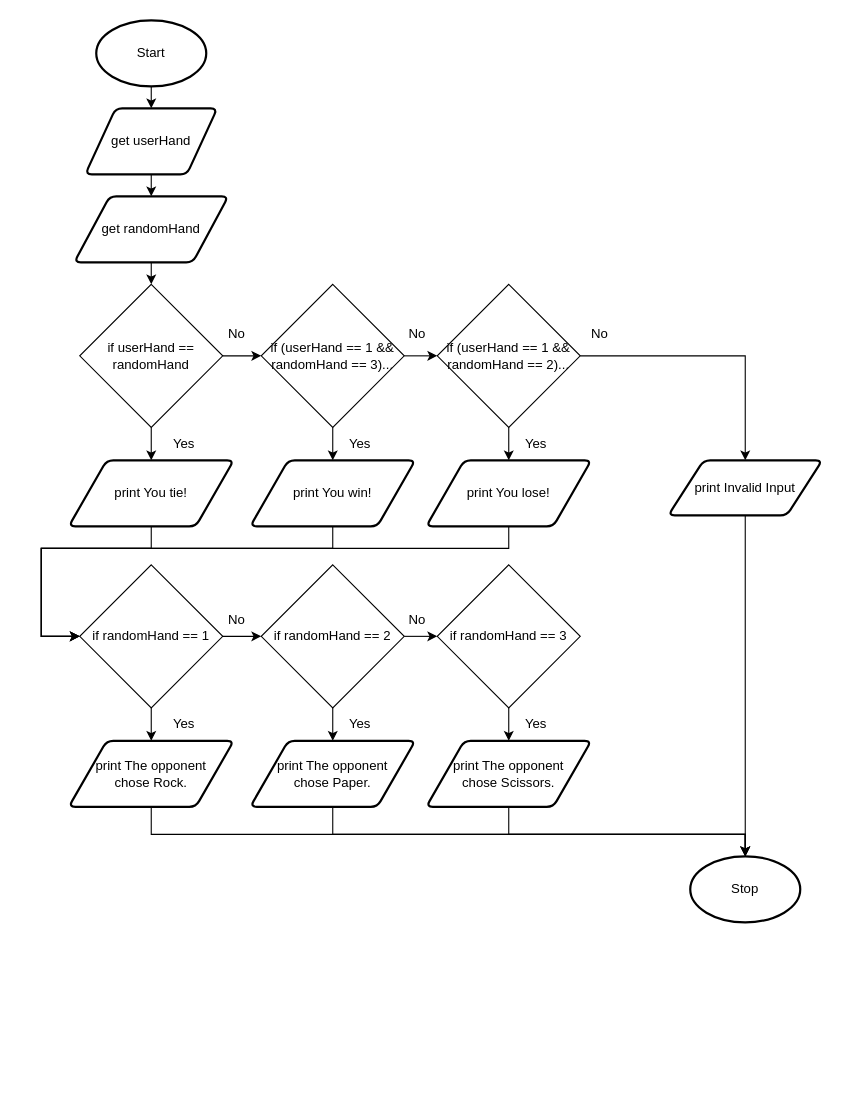
devin-jhu/isc4u-assignment1-typescript keeps this draw.io diagram as flow.drawio. Above is the earlier version. Source tidied: cells renumbered, new cells numbered last; positions are measured from the earlier drawing's top-left corner, leaving out a move shared by most shapes. Both pictures are drawn from the tidied source at 110%, with x=0, y=0 at pixel (41, 20).
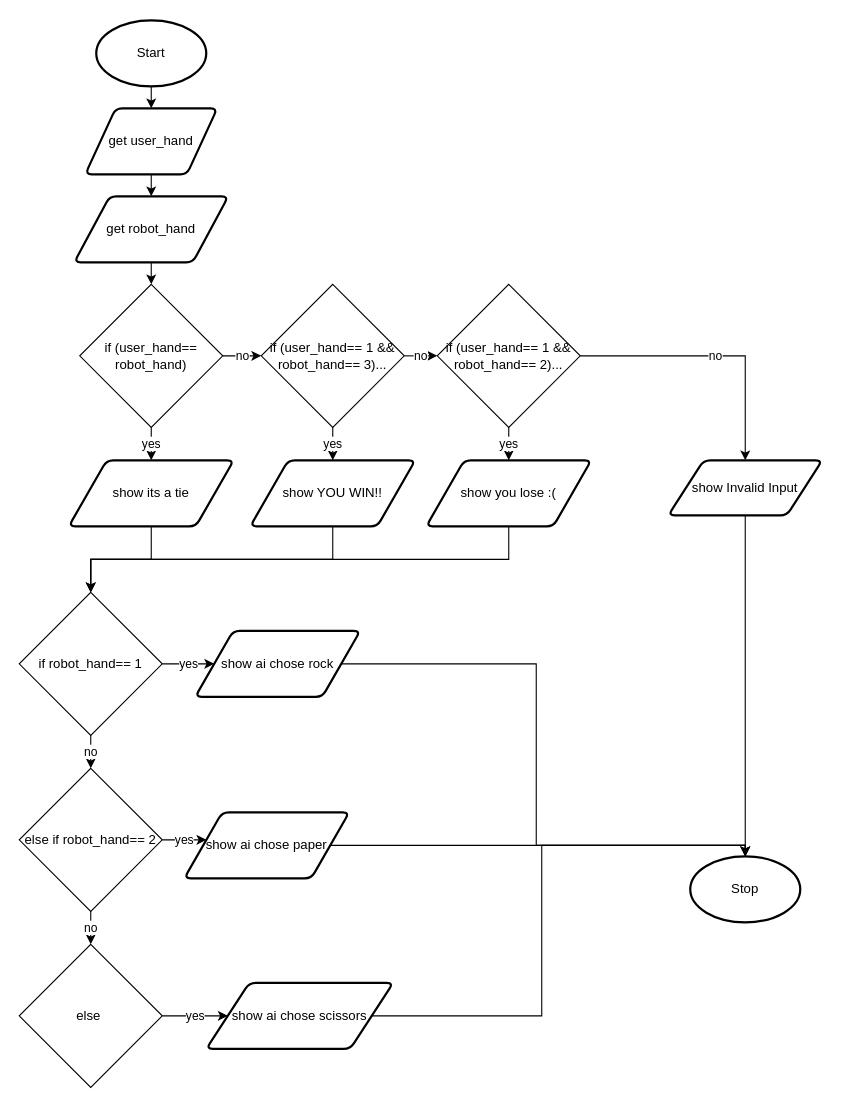
After the change.

The change refers to these unchanged cells:
```xml
<mxCell id="6" value="Stop" style="strokeWidth=2;html=1;shape=mxgraph.flowchart.start_1;whiteSpace=wrap;" parent="1" vertex="1">
  <mxGeometry x="590" y="760" width="100" height="60" as="geometry" />
</mxCell>
```

Change to the diagram source:
```diff
@@
-    <mxCell id="5" value="get userHand" style="shape=parallelogram;html=1;strokeWidth=2;perimeter=parallelogramPerimeter;whiteSpace=wrap;rounded=1;arcSize=12;size=0.23;" parent="1" vertex="1">
+    <mxCell id="5" value="get user_hand" style="shape=parallelogram;html=1;strokeWidth=2;perimeter=parallelogramPerimeter;whiteSpace=wrap;rounded=1;arcSize=12;size=0.23;" parent="1" vertex="1">
       <mxGeometry x="40" y="80" width="120" height="60" as="geometry" />
     </mxCell>
@@
-    <mxCell id="7" value="No" style="text;html=1;strokeColor=none;fillColor=none;align=center;verticalAlign=middle;whiteSpace=wrap;rounded=0;" parent="1" vertex="1">
-      <mxGeometry x="160" y="270" width="36" height="30" as="geometry" />
-    </mxCell>
@@
-    <mxCell id="9" value="get randomHand" style="shape=parallelogram;html=1;strokeWidth=2;perimeter=parallelogramPerimeter;whiteSpace=wrap;rounded=1;arcSize=12;size=0.23;" parent="1" vertex="1">
+    <mxCell id="9" value="get robot_hand" style="shape=parallelogram;html=1;strokeWidth=2;perimeter=parallelogramPerimeter;whiteSpace=wrap;rounded=1;arcSize=12;size=0.23;" parent="1" vertex="1">
       <mxGeometry x="30" y="160" width="140" height="60" as="geometry" />
     </mxCell>
-    <mxCell id="10" style="edgeStyle=none;html=1;exitX=1;exitY=0.5;exitDx=0;exitDy=0;entryX=0;entryY=0.5;entryDx=0;entryDy=0;" parent="1" edge="1" source="12" target="15">
+    <mxCell id="10" value="no" style="edgeStyle=none;html=1;exitX=1;exitY=0.5;exitDx=0;exitDy=0;entryX=0;entryY=0.5;entryDx=0;entryDy=0;" parent="1" edge="1" source="12" target="15">
       <mxGeometry relative="1" as="geometry" />
     </mxCell>
-    <mxCell id="11" style="edgeStyle=none;html=1;exitX=0.5;exitY=1;exitDx=0;exitDy=0;entryX=0.5;entryY=0;entryDx=0;entryDy=0;" parent="1" edge="1" source="12" target="17">
+    <mxCell id="11" value="yes" style="edgeStyle=none;html=1;exitX=0.5;exitY=1;exitDx=0;exitDy=0;entryX=0.5;entryY=0;entryDx=0;entryDy=0;" parent="1" edge="1" source="12" target="17">
       <mxGeometry relative="1" as="geometry" />
     </mxCell>
-    <mxCell id="12" value="if userHand == randomHand" style="rhombus;whiteSpace=wrap;html=1;" parent="1" vertex="1">
+    <mxCell id="12" value="if (user_hand== robot_hand)" style="rhombus;whiteSpace=wrap;html=1;" parent="1" vertex="1">
       <mxGeometry x="35" y="240" width="130" height="130" as="geometry" />
     </mxCell>
-    <mxCell id="13" style="edgeStyle=none;html=1;exitX=1;exitY=0.5;exitDx=0;exitDy=0;entryX=0;entryY=0.5;entryDx=0;entryDy=0;" parent="1" edge="1" source="15" target="25">
+    <mxCell id="13" value="no" style="edgeStyle=none;html=1;exitX=1;exitY=0.5;exitDx=0;exitDy=0;entryX=0;entryY=0.5;entryDx=0;entryDy=0;" parent="1" edge="1" source="15" target="25">
       <mxGeometry relative="1" as="geometry" />
     </mxCell>
-    <mxCell id="14" style="edgeStyle=none;html=1;exitX=0.5;exitY=1;exitDx=0;exitDy=0;entryX=0.5;entryY=0;entryDx=0;entryDy=0;" parent="1" edge="1" source="15" target="29">
+    <mxCell id="14" value="yes" style="edgeStyle=none;html=1;exitX=0.5;exitY=1;exitDx=0;exitDy=0;entryX=0.5;entryY=0;entryDx=0;entryDy=0;" parent="1" edge="1" source="15" target="29">
       <mxGeometry relative="1" as="geometry" />
     </mxCell>
-    <mxCell id="15" value="if (userHand == 1 &amp;amp;&amp;amp; randomHand == 3)..." style="rhombus;whiteSpace=wrap;html=1;" parent="1" vertex="1">
+    <mxCell id="15" value="if (user_hand== 1 &amp;amp;&amp;amp; robot_hand== 3)..." style="rhombus;whiteSpace=wrap;html=1;" parent="1" vertex="1">
       <mxGeometry x="200" y="240" width="130" height="130" as="geometry" />
     </mxCell>
-    <mxCell id="16" style="edgeStyle=none;rounded=0;html=1;exitX=0.5;exitY=1;exitDx=0;exitDy=0;entryX=0;entryY=0.5;entryDx=0;entryDy=0;" parent="1" edge="1" source="17" target="22">
-      <mxGeometry relative="1" as="geometry">
-        <Array as="points">
-          <mxPoint x="100" y="480" />
-          <mxPoint y="480" />
-          <mxPoint y="560" />
-        </Array>
-      </mxGeometry>
-    </mxCell>
+    <mxCell id="41" style="edgeStyle=orthogonalEdgeStyle;shape=connector;rounded=0;html=1;exitX=0.5;exitY=1;exitDx=0;exitDy=0;entryX=0.5;entryY=0;entryDx=0;entryDy=0;labelBackgroundColor=default;fontFamily=Helvetica;fontSize=11;fontColor=default;endArrow=classic;strokeColor=default;" parent="1" edge="1" source="17" target="22">
+      <mxGeometry relative="1" as="geometry" />
+    </mxCell>
-    <mxCell id="17" value="print You tie!" style="shape=parallelogram;html=1;strokeWidth=2;perimeter=parallelogramPerimeter;whiteSpace=wrap;rounded=1;arcSize=12;size=0.23;" parent="1" vertex="1">
+    <mxCell id="17" value="show its a tie" style="shape=parallelogram;html=1;strokeWidth=2;perimeter=parallelogramPerimeter;whiteSpace=wrap;rounded=1;arcSize=12;size=0.23;" parent="1" vertex="1">
       <mxGeometry x="25" y="400" width="150" height="60" as="geometry" />
     </mxCell>
-    <mxCell id="18" value="Yes" style="text;html=1;strokeColor=none;fillColor=none;align=center;verticalAlign=middle;whiteSpace=wrap;rounded=0;" parent="1" vertex="1">
-      <mxGeometry x="110" y="370" width="40" height="30" as="geometry" />
-    </mxCell>
@@
-    <mxCell id="20" value="print Invalid Input" style="shape=parallelogram;html=1;strokeWidth=2;perimeter=parallelogramPerimeter;whiteSpace=wrap;rounded=1;arcSize=12;size=0.23;" parent="1" vertex="1">
+    <mxCell id="20" value="show Invalid Input" style="shape=parallelogram;html=1;strokeWidth=2;perimeter=parallelogramPerimeter;whiteSpace=wrap;rounded=1;arcSize=12;size=0.23;" parent="1" vertex="1">
       <mxGeometry x="570" y="400" width="140" height="50" as="geometry" />
     </mxCell>
-    <mxCell id="21" style="edgeStyle=none;rounded=0;html=1;exitX=1;exitY=0.5;exitDx=0;exitDy=0;entryX=0;entryY=0.5;entryDx=0;entryDy=0;" parent="1" edge="1" source="22" target="35">
+    <mxCell id="21" value="no" style="edgeStyle=orthogonalEdgeStyle;shape=connector;rounded=0;html=1;exitX=0.5;exitY=1;exitDx=0;exitDy=0;entryX=0.5;entryY=0;entryDx=0;entryDy=0;labelBackgroundColor=default;fontFamily=Helvetica;fontSize=11;fontColor=default;endArrow=classic;strokeColor=default;" parent="1" edge="1" source="22" target="35">
       <mxGeometry relative="1" as="geometry" />
     </mxCell>
+    <mxCell id="51" value="yes" style="edgeStyle=orthogonalEdgeStyle;shape=connector;rounded=0;html=1;exitX=1;exitY=0.5;exitDx=0;exitDy=0;labelBackgroundColor=default;fontFamily=Helvetica;fontSize=11;fontColor=default;endArrow=classic;strokeColor=default;" parent="1" edge="1" source="22" target="42">
+      <mxGeometry relative="1" as="geometry" />
+    </mxCell>
-    <mxCell id="22" value="if randomHand == 1" style="rhombus;whiteSpace=wrap;html=1;" parent="1" vertex="1">
-      <mxGeometry x="35" y="495" width="130" height="130" as="geometry" />
+    <mxCell id="22" value="if robot_hand== 1" style="rhombus;whiteSpace=wrap;html=1;" parent="1" vertex="1">
+      <mxGeometry x="-20" y="520" width="130" height="130" as="geometry" />
     </mxCell>
-    <mxCell id="23" style="edgeStyle=none;html=1;exitX=0.5;exitY=1;exitDx=0;exitDy=0;entryX=0.5;entryY=0;entryDx=0;entryDy=0;" parent="1" edge="1" source="25" target="31">
+    <mxCell id="23" value="yes" style="edgeStyle=none;html=1;exitX=0.5;exitY=1;exitDx=0;exitDy=0;entryX=0.5;entryY=0;entryDx=0;entryDy=0;" parent="1" edge="1" source="25" target="31">
       <mxGeometry relative="1" as="geometry" />
     </mxCell>
-    <mxCell id="24" style="edgeStyle=none;html=1;exitX=1;exitY=0.5;exitDx=0;exitDy=0;entryX=0.5;entryY=0;entryDx=0;entryDy=0;rounded=0;" parent="1" edge="1" source="25" target="20">
+    <mxCell id="24" value="no" style="edgeStyle=none;html=1;exitX=1;exitY=0.5;exitDx=0;exitDy=0;entryX=0.5;entryY=0;entryDx=0;entryDy=0;rounded=0;" parent="1" edge="1" source="25" target="20">
       <mxGeometry relative="1" as="geometry">
         <Array as="points">
           <mxPoint x="640" y="305" />
         </Array>
       </mxGeometry>
     </mxCell>
-    <mxCell id="25" value="if (userHand == 1 &amp;amp;&amp;amp; randomHand == 2)..." style="rhombus;whiteSpace=wrap;html=1;" parent="1" vertex="1">
+    <mxCell id="25" value="if (user_hand== 1 &amp;amp;&amp;amp; robot_hand== 2)..." style="rhombus;whiteSpace=wrap;html=1;" parent="1" vertex="1">
       <mxGeometry x="360" y="240" width="130" height="130" as="geometry" />
     </mxCell>
-    <mxCell id="26" value="No" style="text;html=1;strokeColor=none;fillColor=none;align=center;verticalAlign=middle;whiteSpace=wrap;rounded=0;" parent="1" vertex="1">
-      <mxGeometry x="324" y="270" width="36" height="30" as="geometry" />
-    </mxCell>
-    <mxCell id="27" value="Yes" style="text;html=1;strokeColor=none;fillColor=none;align=center;verticalAlign=middle;whiteSpace=wrap;rounded=0;" parent="1" vertex="1">
-      <mxGeometry x="270" y="370" width="40" height="30" as="geometry" />
-    </mxCell>
-    <mxCell id="28" style="edgeStyle=none;rounded=0;html=1;exitX=0.5;exitY=1;exitDx=0;exitDy=0;entryX=0;entryY=0.5;entryDx=0;entryDy=0;" parent="1" edge="1" source="29" target="22">
-      <mxGeometry relative="1" as="geometry">
-        <Array as="points">
-          <mxPoint x="265" y="480" />
-          <mxPoint y="480" />
-          <mxPoint y="560" />
-        </Array>
-      </mxGeometry>
+    <mxCell id="28" style="edgeStyle=orthogonalEdgeStyle;shape=connector;rounded=0;html=1;exitX=0.5;exitY=1;exitDx=0;exitDy=0;entryX=0.5;entryY=0;entryDx=0;entryDy=0;labelBackgroundColor=default;fontFamily=Helvetica;fontSize=11;fontColor=default;endArrow=classic;strokeColor=default;" parent="1" edge="1" source="29" target="22">
+      <mxGeometry relative="1" as="geometry" />
     </mxCell>
-    <mxCell id="29" value="print You win!" style="shape=parallelogram;html=1;strokeWidth=2;perimeter=parallelogramPerimeter;whiteSpace=wrap;rounded=1;arcSize=12;size=0.23;" parent="1" vertex="1">
+    <mxCell id="29" value="show YOU WIN!!" style="shape=parallelogram;html=1;strokeWidth=2;perimeter=parallelogramPerimeter;whiteSpace=wrap;rounded=1;arcSize=12;size=0.23;" parent="1" vertex="1">
       <mxGeometry x="190" y="400" width="150" height="60" as="geometry" />
     </mxCell>
-    <mxCell id="30" style="edgeStyle=none;rounded=0;html=1;exitX=0.5;exitY=1;exitDx=0;exitDy=0;entryX=0;entryY=0.5;entryDx=0;entryDy=0;" parent="1" edge="1" source="31" target="22">
-      <mxGeometry relative="1" as="geometry">
-        <Array as="points">
-          <mxPoint x="425" y="480" />
-          <mxPoint y="480" />
-          <mxPoint y="560" />
-        </Array>
-      </mxGeometry>
+    <mxCell id="30" style="edgeStyle=orthogonalEdgeStyle;shape=connector;rounded=0;html=1;exitX=0.5;exitY=1;exitDx=0;exitDy=0;labelBackgroundColor=default;fontFamily=Helvetica;fontSize=11;fontColor=default;endArrow=classic;strokeColor=default;" parent="1" edge="1" source="31" target="22">
+      <mxGeometry relative="1" as="geometry" />
     </mxCell>
-    <mxCell id="31" value="print You lose!" style="shape=parallelogram;html=1;strokeWidth=2;perimeter=parallelogramPerimeter;whiteSpace=wrap;rounded=1;arcSize=12;size=0.23;" parent="1" vertex="1">
+    <mxCell id="31" value="show you lose :(" style="shape=parallelogram;html=1;strokeWidth=2;perimeter=parallelogramPerimeter;whiteSpace=wrap;rounded=1;arcSize=12;size=0.23;" parent="1" vertex="1">
       <mxGeometry x="350" y="400" width="150" height="60" as="geometry" />
     </mxCell>
-    <mxCell id="32" value="Yes" style="text;html=1;strokeColor=none;fillColor=none;align=center;verticalAlign=middle;whiteSpace=wrap;rounded=0;" parent="1" vertex="1">
-      <mxGeometry x="430" y="370" width="40" height="30" as="geometry" />
-    </mxCell>
-    <mxCell id="33" value="No" style="text;html=1;strokeColor=none;fillColor=none;align=center;verticalAlign=middle;whiteSpace=wrap;rounded=0;" parent="1" vertex="1">
-      <mxGeometry x="490" y="270" width="36" height="30" as="geometry" />
-    </mxCell>
-    <mxCell id="34" style="edgeStyle=none;rounded=0;html=1;exitX=1;exitY=0.5;exitDx=0;exitDy=0;entryX=0;entryY=0.5;entryDx=0;entryDy=0;" parent="1" edge="1" source="35" target="37">
+    <mxCell id="34" value="no" style="edgeStyle=orthogonalEdgeStyle;shape=connector;rounded=0;html=1;exitX=0.5;exitY=1;exitDx=0;exitDy=0;entryX=0.5;entryY=0;entryDx=0;entryDy=0;labelBackgroundColor=default;fontFamily=Helvetica;fontSize=11;fontColor=default;endArrow=classic;strokeColor=default;" parent="1" edge="1" source="35" target="37">
       <mxGeometry relative="1" as="geometry" />
     </mxCell>
+    <mxCell id="52" value="yes" style="edgeStyle=orthogonalEdgeStyle;shape=connector;rounded=0;html=1;exitX=1;exitY=0.5;exitDx=0;exitDy=0;labelBackgroundColor=default;fontFamily=Helvetica;fontSize=11;fontColor=default;endArrow=classic;strokeColor=default;" parent="1" edge="1" source="35" target="47">
+      <mxGeometry relative="1" as="geometry">
+        <Array as="points">
+          <mxPoint x="140" y="745" />
+          <mxPoint x="140" y="745" />
+        </Array>
+      </mxGeometry>
+    </mxCell>
-    <mxCell id="35" value="if randomHand == 2" style="rhombus;whiteSpace=wrap;html=1;" parent="1" vertex="1">
-      <mxGeometry x="200" y="495" width="130" height="130" as="geometry" />
+    <mxCell id="35" value="else if robot_hand== 2" style="rhombus;whiteSpace=wrap;html=1;" parent="1" vertex="1">
+      <mxGeometry x="-20" y="680" width="130" height="130" as="geometry" />
     </mxCell>
-    <mxCell id="36" value="No" style="text;html=1;strokeColor=none;fillColor=none;align=center;verticalAlign=middle;whiteSpace=wrap;rounded=0;" parent="1" vertex="1">
-      <mxGeometry x="160" y="530" width="36" height="30" as="geometry" />
-    </mxCell>
+    <mxCell id="53" value="yes" style="edgeStyle=orthogonalEdgeStyle;shape=connector;rounded=0;html=1;exitX=1;exitY=0.5;exitDx=0;exitDy=0;entryX=0;entryY=0.5;entryDx=0;entryDy=0;labelBackgroundColor=default;fontFamily=Helvetica;fontSize=11;fontColor=default;endArrow=classic;strokeColor=default;" parent="1" edge="1" source="37" target="49">
+      <mxGeometry relative="1" as="geometry" />
+    </mxCell>
-    <mxCell id="37" value="if randomHand == 3" style="rhombus;whiteSpace=wrap;html=1;" parent="1" vertex="1">
-      <mxGeometry x="360" y="495" width="130" height="130" as="geometry" />
+    <mxCell id="37" value="else&amp;nbsp;" style="rhombus;whiteSpace=wrap;html=1;" parent="1" vertex="1">
+      <mxGeometry x="-20" y="840" width="130" height="130" as="geometry" />
     </mxCell>
-    <mxCell id="38" value="No" style="text;html=1;strokeColor=none;fillColor=none;align=center;verticalAlign=middle;whiteSpace=wrap;rounded=0;" parent="1" vertex="1">
-      <mxGeometry x="324" y="530" width="36" height="30" as="geometry" />
-    </mxCell>
-    <mxCell id="39" style="edgeStyle=none;html=1;exitX=0.5;exitY=1;exitDx=0;exitDy=0;entryX=0.5;entryY=0;entryDx=0;entryDy=0;" parent="1" edge="1" target="42">
-      <mxGeometry relative="1" as="geometry">
-        <mxPoint x="100" y="625" as="sourcePoint" />
-      </mxGeometry>
-    </mxCell>
-    <mxCell id="40" style="edgeStyle=none;html=1;exitX=0.5;exitY=1;exitDx=0;exitDy=0;entryX=0.5;entryY=0;entryDx=0;entryDy=0;" parent="1" edge="1" target="47">
-      <mxGeometry relative="1" as="geometry">
-        <mxPoint x="265" y="625" as="sourcePoint" />
-      </mxGeometry>
-    </mxCell>
-    <mxCell id="41" style="edgeStyle=none;rounded=0;html=1;exitX=0.5;exitY=1;exitDx=0;exitDy=0;entryX=0.5;entryY=0;entryDx=0;entryDy=0;entryPerimeter=0;" parent="1" edge="1" source="42" target="6">
-      <mxGeometry relative="1" as="geometry">
-        <Array as="points">
-          <mxPoint x="100" y="740" />
-          <mxPoint x="640" y="740" />
-        </Array>
-      </mxGeometry>
-    </mxCell>
+    <mxCell id="54" style="edgeStyle=orthogonalEdgeStyle;shape=connector;rounded=0;html=1;exitX=1;exitY=0.5;exitDx=0;exitDy=0;labelBackgroundColor=default;fontFamily=Helvetica;fontSize=11;fontColor=default;endArrow=classic;strokeColor=default;" parent="1" edge="1" source="42">
+      <mxGeometry relative="1" as="geometry">
+        <mxPoint x="640" y="760" as="targetPoint" />
+        <Array as="points">
+          <mxPoint x="450" y="585" />
+          <mxPoint x="450" y="750" />
+          <mxPoint x="640" y="750" />
+        </Array>
+      </mxGeometry>
+    </mxCell>
-    <mxCell id="42" value="print The opponent &lt;br&gt;chose Rock." style="shape=parallelogram;html=1;strokeWidth=2;perimeter=parallelogramPerimeter;whiteSpace=wrap;rounded=1;arcSize=12;size=0.23;" parent="1" vertex="1">
-      <mxGeometry x="25" y="655" width="150" height="60" as="geometry" />
+    <mxCell id="42" value="show ai chose rock" style="shape=parallelogram;html=1;strokeWidth=2;perimeter=parallelogramPerimeter;whiteSpace=wrap;rounded=1;arcSize=12;size=0.23;" parent="1" vertex="1">
+      <mxGeometry x="140" y="555" width="150" height="60" as="geometry" />
     </mxCell>
-    <mxCell id="43" value="Yes" style="text;html=1;strokeColor=none;fillColor=none;align=center;verticalAlign=middle;whiteSpace=wrap;rounded=0;" parent="1" vertex="1">
-      <mxGeometry x="110" y="625" width="40" height="30" as="geometry" />
-    </mxCell>
-    <mxCell id="44" style="edgeStyle=none;html=1;exitX=0.5;exitY=1;exitDx=0;exitDy=0;entryX=0.5;entryY=0;entryDx=0;entryDy=0;" parent="1" edge="1" target="49">
-      <mxGeometry relative="1" as="geometry">
-        <mxPoint x="425" y="625" as="sourcePoint" />
-      </mxGeometry>
-    </mxCell>
-    <mxCell id="45" value="Yes" style="text;html=1;strokeColor=none;fillColor=none;align=center;verticalAlign=middle;whiteSpace=wrap;rounded=0;" parent="1" vertex="1">
-      <mxGeometry x="270" y="625" width="40" height="30" as="geometry" />
-    </mxCell>
-    <mxCell id="46" style="edgeStyle=none;rounded=0;html=1;exitX=0.5;exitY=1;exitDx=0;exitDy=0;" parent="1" edge="1" source="47">
-      <mxGeometry relative="1" as="geometry">
-        <mxPoint x="640" y="760" as="targetPoint" />
-        <Array as="points">
-          <mxPoint x="265" y="740" />
-          <mxPoint x="640" y="740" />
-        </Array>
-      </mxGeometry>
-    </mxCell>
+    <mxCell id="55" style="edgeStyle=orthogonalEdgeStyle;shape=connector;rounded=0;html=1;exitX=1;exitY=0.5;exitDx=0;exitDy=0;entryX=0.5;entryY=0;entryDx=0;entryDy=0;entryPerimeter=0;labelBackgroundColor=default;fontFamily=Helvetica;fontSize=11;fontColor=default;endArrow=classic;strokeColor=default;" parent="1" edge="1" source="47" target="6">
+      <mxGeometry relative="1" as="geometry" />
+    </mxCell>
-    <mxCell id="47" value="print The opponent &lt;br&gt;chose Paper." style="shape=parallelogram;html=1;strokeWidth=2;perimeter=parallelogramPerimeter;whiteSpace=wrap;rounded=1;arcSize=12;size=0.23;" parent="1" vertex="1">
-      <mxGeometry x="190" y="655" width="150" height="60" as="geometry" />
+    <mxCell id="47" value="show ai chose paper" style="shape=parallelogram;html=1;strokeWidth=2;perimeter=parallelogramPerimeter;whiteSpace=wrap;rounded=1;arcSize=12;size=0.23;" parent="1" vertex="1">
+      <mxGeometry x="130" y="720" width="150" height="60" as="geometry" />
     </mxCell>
-    <mxCell id="48" style="edgeStyle=none;rounded=0;html=1;exitX=0.5;exitY=1;exitDx=0;exitDy=0;entryX=0.5;entryY=0;entryDx=0;entryDy=0;entryPerimeter=0;" parent="1" edge="1" source="49" target="6">
-      <mxGeometry relative="1" as="geometry">
-        <Array as="points">
-          <mxPoint x="425" y="740" />
-          <mxPoint x="640" y="740" />
-        </Array>
-      </mxGeometry>
+    <mxCell id="48" style="edgeStyle=orthogonalEdgeStyle;shape=connector;rounded=0;html=1;exitX=1;exitY=0.5;exitDx=0;exitDy=0;entryX=0.5;entryY=0;entryDx=0;entryDy=0;entryPerimeter=0;labelBackgroundColor=default;fontFamily=Helvetica;fontSize=11;fontColor=default;endArrow=classic;strokeColor=default;" parent="1" edge="1" source="49" target="6">
+      <mxGeometry relative="1" as="geometry" />
     </mxCell>
-    <mxCell id="49" value="print The opponent &lt;br&gt;chose Scissors." style="shape=parallelogram;html=1;strokeWidth=2;perimeter=parallelogramPerimeter;whiteSpace=wrap;rounded=1;arcSize=12;size=0.23;" parent="1" vertex="1">
-      <mxGeometry x="350" y="655" width="150" height="60" as="geometry" />
+    <mxCell id="49" value="show ai chose scissors" style="shape=parallelogram;html=1;strokeWidth=2;perimeter=parallelogramPerimeter;whiteSpace=wrap;rounded=1;arcSize=12;size=0.23;" parent="1" vertex="1">
+      <mxGeometry x="150" y="875" width="170" height="60" as="geometry" />
     </mxCell>
-    <mxCell id="50" value="Yes" style="text;html=1;strokeColor=none;fillColor=none;align=center;verticalAlign=middle;whiteSpace=wrap;rounded=0;" parent="1" vertex="1">
-      <mxGeometry x="430" y="625" width="40" height="30" as="geometry" />
-    </mxCell>
```
